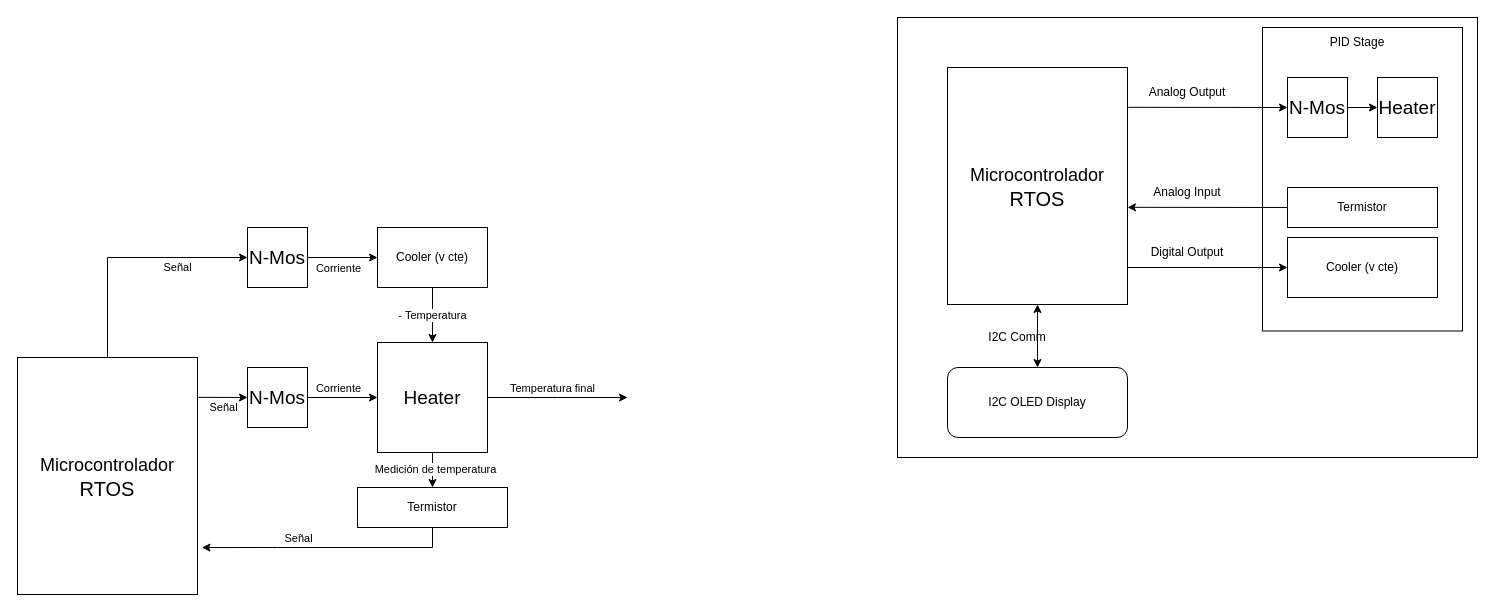
This is page "Page-1" (1 of 3) of template.drawio from jmoro1/EDIII, a draw.io file, before an edit. Source tidied: cells renumbered, new cells numbered last; positions are measured from the earlier drawing's top-left corner, leaving out a move shared by most shapes. Both pictures are drawn from the tidied source at 100%, with x=0, y=0 at pixel (17, 17).
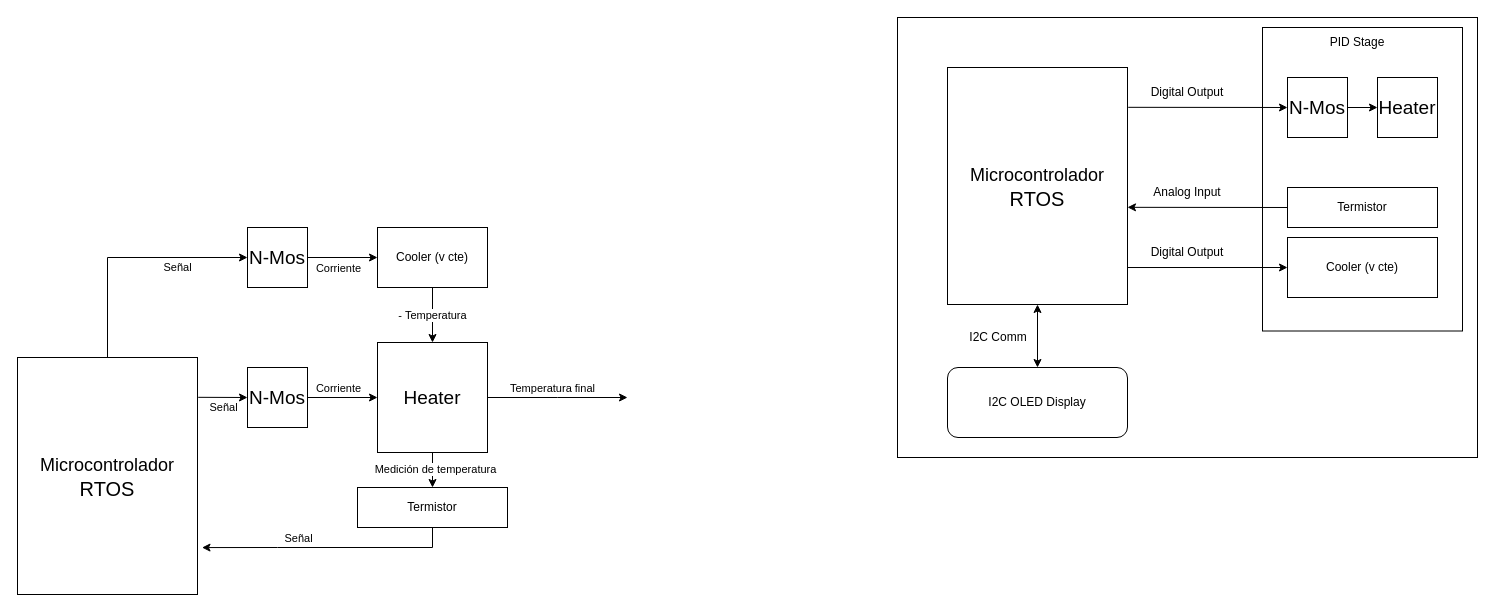
Above is the later version.

Change to the diagram source:
```diff
@@
-    <mxCell id="16" value="Analog Output" style="text;html=1;align=center;verticalAlign=middle;whiteSpace=wrap;rounded=0;" parent="1" vertex="1">
+    <mxCell id="16" value="Digital Output" style="text;html=1;align=center;verticalAlign=middle;whiteSpace=wrap;rounded=0;" parent="1" vertex="1">
       <mxGeometry x="1120" y="60" width="100" height="30" as="geometry" />
     </mxCell>
@@
     <mxCell id="19" value="I2C Comm" style="text;html=1;align=center;verticalAlign=middle;whiteSpace=wrap;rounded=0;" parent="1" vertex="1">
-      <mxGeometry x="970" y="300" width="60" height="40" as="geometry" />
+      <mxGeometry x="950.5" y="300" width="60" height="40" as="geometry" />
     </mxCell>
```
